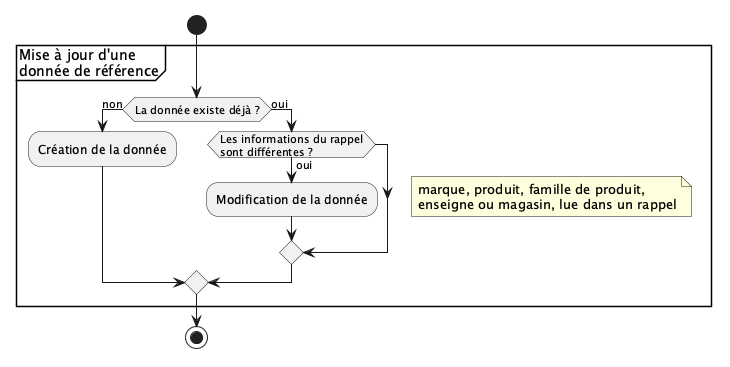
Before: doc/umldiagrams/workflows/referentielmiseajour.png, a diagram exported from PlantUML (lodygens/cadi). Source of this version:
```plantuml
@startuml
start
partition "Mise à jour d'une \ndonnée de référence" {
note right
  marque, produit, famille de produit,
  enseigne ou magasin, lue dans un rappel
end note
if (La donnée existe déjà ?) then (non)
    :Création de la donnée;
else (oui)
    if (Les informations du rappel\nsont différentes ?) then (oui)
        :Modification de la donnée;
    endif
endif
}
stop
@enduml
```
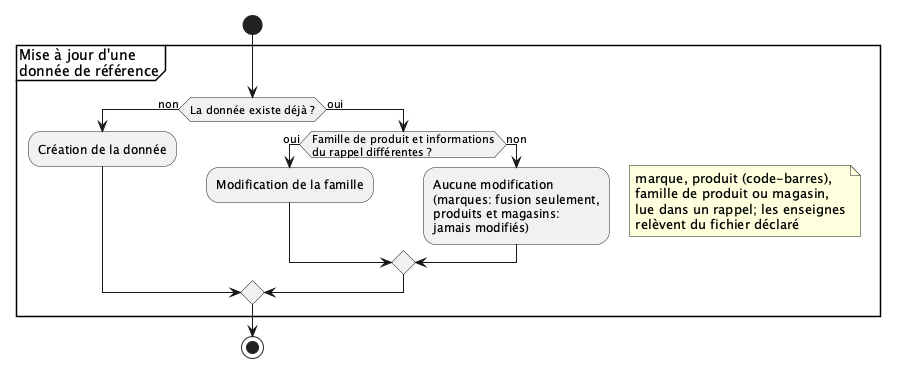
Later version of the same file.

What changed in the source:
```diff
@@ -2,14 +2,21 @@
 start
 partition "Mise à jour d'une \ndonnée de référence" {
 note right
-  marque, produit, famille de produit,
-  enseigne ou magasin, lue dans un rappel
+  marque, produit (code-barres),
+  famille de produit ou magasin,
+  lue dans un rappel; les enseignes
+  relèvent du fichier déclaré
 end note
 if (La donnée existe déjà ?) then (non)
     :Création de la donnée;
 else (oui)
-    if (Les informations du rappel\nsont différentes ?) then (oui)
-        :Modification de la donnée;
+    if (Famille de produit et informations\ndu rappel différentes ?) then (oui)
+        :Modification de la famille;
+    else (non)
+        :Aucune modification
+        (marques: fusion seulement,
+        produits et magasins:
+        jamais modifiés);
     endif
 endif
 }
```
